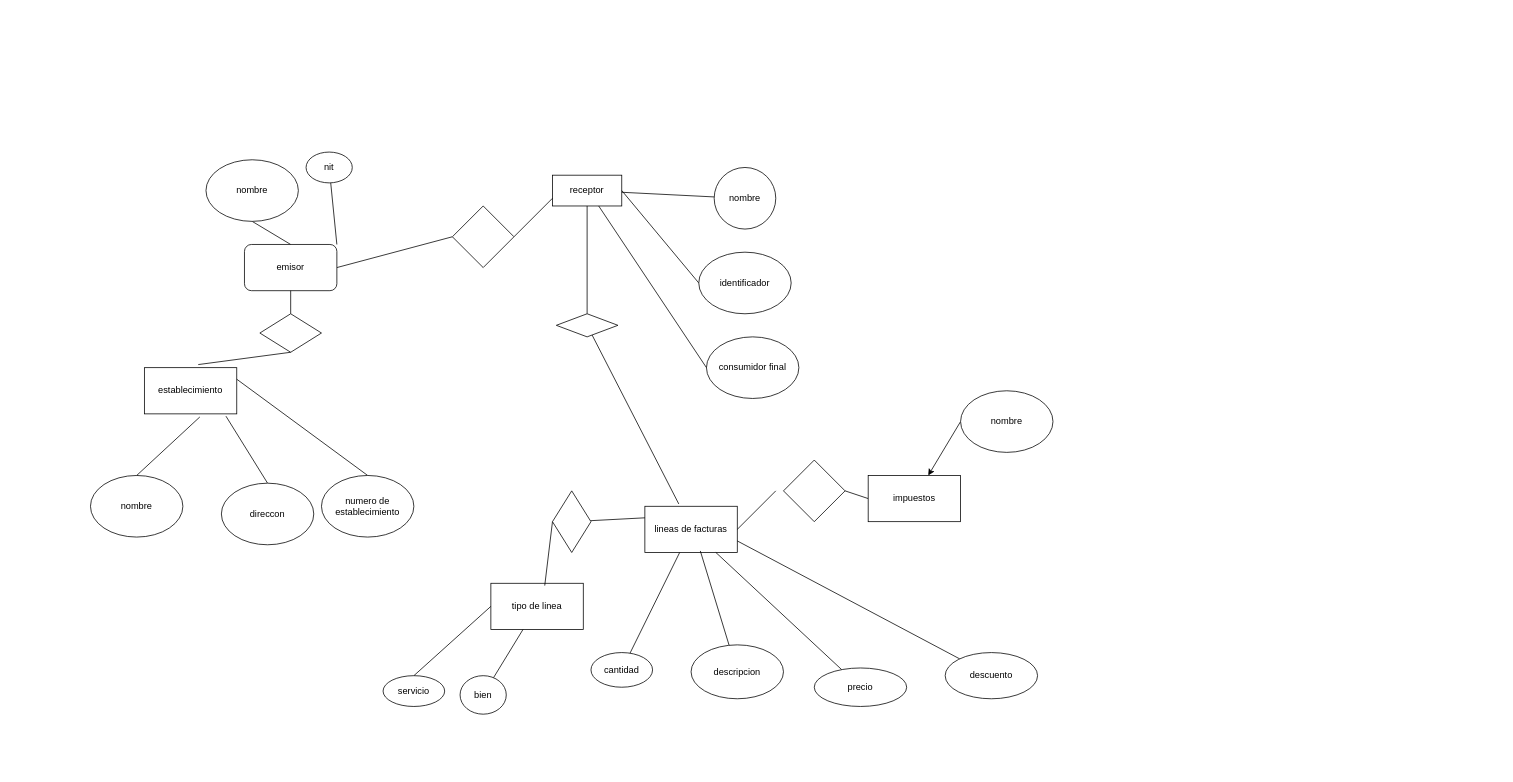
Above: Untitled Diagram.drawio in vaquiAbi/ejemplo (draw.io), before the change. Source tidied: cells renumbered, new cells numbered last; positions are measured from the earlier drawing's top-left corner, leaving out a move shared by most shapes. Both pictures are drawn from the tidied source at 77%, with x=0, y=0 at pixel (90, 152).
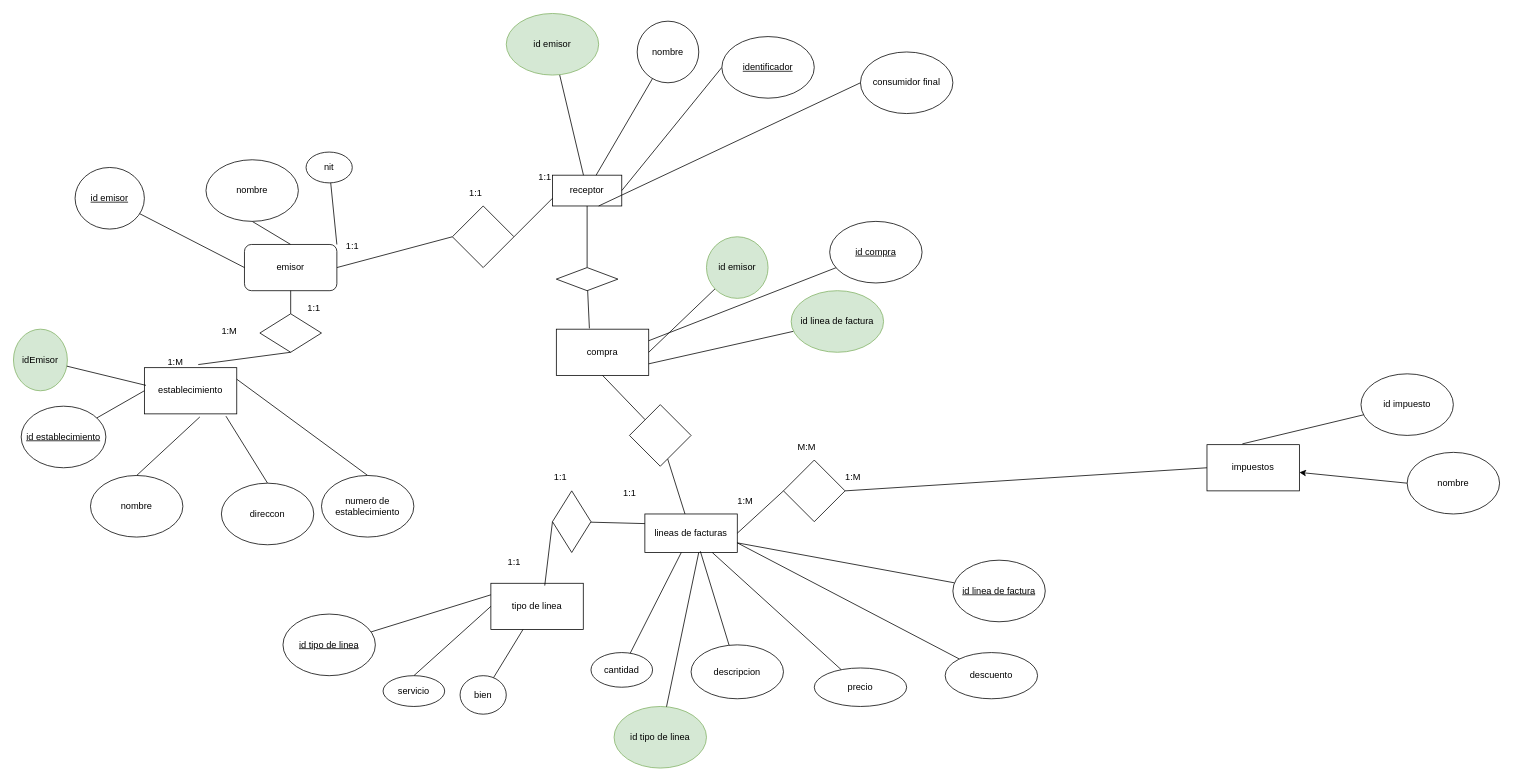
The same diagram, later.

Unchanged cells that the change refers to:
```xml
<mxCell id="4" value="emisor" style="rounded=1;whiteSpace=wrap;html=1;" parent="1" vertex="1">
  <mxGeometry x="200" y="120" width="120" height="60" as="geometry" />
</mxCell>
<mxCell id="12" value="establecimiento" style="rounded=0;whiteSpace=wrap;html=1;" parent="1" vertex="1">
  <mxGeometry x="70" y="280" width="120" height="60" as="geometry" />
</mxCell>
<mxCell id="18" value="receptor" style="rounded=0;whiteSpace=wrap;html=1;" parent="1" vertex="1">
  <mxGeometry x="600" y="30" width="90" height="40" as="geometry" />
</mxCell>
<mxCell id="28" value="tipo de linea" style="rounded=0;whiteSpace=wrap;html=1;" parent="1" vertex="1">
  <mxGeometry x="520" y="560" width="120" height="60" as="geometry" />
</mxCell>
<mxCell id="49" style="rhombus;whiteSpace=wrap;html=1;" parent="1" vertex="1">
  <mxGeometry x="900" y="400" width="80" height="80" as="geometry" />
</mxCell>
```

Change to the diagram source:
```diff
@@
     <mxCell id="20" value="nombre" style="ellipse;whiteSpace=wrap;html=1;" parent="1" vertex="1">
-      <mxGeometry x="810" y="20" width="80" height="80" as="geometry" />
+      <mxGeometry x="710" y="-170" width="80" height="80" as="geometry" />
     </mxCell>
@@
-    <mxCell id="22" value="identificador" style="ellipse;whiteSpace=wrap;html=1;" parent="1" vertex="1">
-      <mxGeometry x="790" y="130" width="120" height="80" as="geometry" />
+    <mxCell id="22" value="&lt;u&gt;identificador&lt;/u&gt;" style="ellipse;whiteSpace=wrap;html=1;" parent="1" vertex="1">
+      <mxGeometry x="820" y="-150" width="120" height="80" as="geometry" />
     </mxCell>
     <mxCell id="23" value="consumidor final" style="ellipse;whiteSpace=wrap;html=1;" parent="1" vertex="1">
-      <mxGeometry x="800" y="240" width="120" height="80" as="geometry" />
+      <mxGeometry x="1000" y="-130" width="120" height="80" as="geometry" />
     </mxCell>
@@
+    <mxCell id="53" style="rounded=0;jettySize=auto;html=1;endArrow=none;endFill=0;" parent="1" edge="1" source="27" target="85">
+      <mxGeometry relative="1" as="geometry" />
+    </mxCell>
     <mxCell id="27" value="lineas de facturas" style="rounded=0;whiteSpace=wrap;html=1;" parent="1" vertex="1">
-      <mxGeometry x="720" y="460" width="120" height="60" as="geometry" />
+      <mxGeometry x="720" y="470" width="120" height="50" as="geometry" />
     </mxCell>
@@
     <mxCell id="37" style="rhombus;whiteSpace=wrap;html=1;" parent="1" vertex="1">
-      <mxGeometry x="605" y="210" width="80" height="30" as="geometry" />
+      <mxGeometry x="605" y="150" width="80" height="30" as="geometry" />
     </mxCell>
-    <mxCell id="38" style="rounded=0;jettySize=auto;html=1;entryX=0.367;entryY=-0.05;entryDx=0;entryDy=0;entryPerimeter=0;endArrow=none;endFill=0;" parent="1" edge="1" source="37" target="27">
-      <mxGeometry relative="1" as="geometry" />
-    </mxCell>
@@
     <mxCell id="48" value="impuestos" style="rounded=0;whiteSpace=wrap;html=1;" parent="1" vertex="1">
-      <mxGeometry x="1010" y="420" width="120" height="60" as="geometry" />
+      <mxGeometry x="1450" y="380" width="120" height="60" as="geometry" />
     </mxCell>
@@
-    <mxCell id="50" style="rounded=0;jettySize=auto;html=1;exitX=1;exitY=0.5;exitDx=0;exitDy=0;entryX=-0.125;entryY=0.5;entryDx=0;entryDy=0;entryPerimeter=0;endArrow=none;endFill=0;" parent="1" edge="1" source="27" target="49">
+    <mxCell id="50" style="rounded=0;jettySize=auto;html=1;exitX=1;exitY=0.5;exitDx=0;exitDy=0;entryX=0;entryY=0.5;entryDx=0;entryDy=0;endArrow=none;endFill=0;" parent="1" edge="1" source="27" target="49">
       <mxGeometry relative="1" as="geometry" />
     </mxCell>
@@
     <mxCell id="52" value="nombre" style="ellipse;whiteSpace=wrap;html=1;" parent="1" vertex="1">
-      <mxGeometry x="1130" y="310" width="120" height="80" as="geometry" />
+      <mxGeometry x="1710" y="390" width="120" height="80" as="geometry" />
     </mxCell>
+    <mxCell id="54" style="rounded=0;jettySize=auto;html=1;entryX=0;entryY=0.5;entryDx=0;entryDy=0;endArrow=none;endFill=0;" parent="1" edge="1" source="55" target="4">
+      <mxGeometry relative="1" as="geometry" />
+    </mxCell>
+    <mxCell id="55" value="&lt;u&gt;id emisor&lt;/u&gt;" style="ellipse;whiteSpace=wrap;html=1;" parent="1" vertex="1">
+      <mxGeometry x="-20" y="20" width="90" height="80" as="geometry" />
+    </mxCell>
+    <mxCell id="56" style="rounded=0;jettySize=auto;html=1;entryX=0;entryY=0.5;entryDx=0;entryDy=0;endArrow=none;endFill=0;" parent="1" edge="1" source="57" target="12">
+      <mxGeometry relative="1" as="geometry" />
+    </mxCell>
+    <mxCell id="57" value="&lt;u&gt;id establecimiento&lt;/u&gt;" style="ellipse;whiteSpace=wrap;html=1;" parent="1" vertex="1">
+      <mxGeometry x="-90" y="330" width="110" height="80" as="geometry" />
+    </mxCell>
+    <mxCell id="58" value="id impuesto" style="ellipse;whiteSpace=wrap;html=1;" parent="1" vertex="1">
+      <mxGeometry x="1650" y="288" width="120" height="80" as="geometry" />
+    </mxCell>
+    <mxCell id="59" style="rounded=0;jettySize=auto;html=1;entryX=0.383;entryY=-0.017;entryDx=0;entryDy=0;entryPerimeter=0;endArrow=none;endFill=0;" parent="1" edge="1" source="58" target="48">
+      <mxGeometry relative="1" as="geometry" />
+    </mxCell>
+    <mxCell id="60" style="rounded=0;jettySize=auto;html=1;entryX=1;entryY=0.75;entryDx=0;entryDy=0;endArrow=none;endFill=0;" parent="1" edge="1" source="61" target="27">
+      <mxGeometry relative="1" as="geometry" />
+    </mxCell>
+    <mxCell id="61" value="&lt;u&gt;id linea de factura&lt;/u&gt;" style="ellipse;whiteSpace=wrap;html=1;" parent="1" vertex="1">
+      <mxGeometry x="1120" y="530" width="120" height="80" as="geometry" />
+    </mxCell>
+    <mxCell id="62" value="1:1" style="text;html=1;align=center;verticalAlign=middle;strokeColor=none;fillColor=none;" parent="1" vertex="1">
+      <mxGeometry x="570" y="18" width="40" height="30" as="geometry" />
+    </mxCell>
+    <mxCell id="63" value="1:1" style="text;html=1;align=center;verticalAlign=middle;strokeColor=none;fillColor=none;" parent="1" vertex="1">
+      <mxGeometry x="320" y="108" width="40" height="30" as="geometry" />
+    </mxCell>
+    <mxCell id="64" value="1:1" style="text;html=1;align=center;verticalAlign=middle;strokeColor=none;fillColor=none;" parent="1" vertex="1">
+      <mxGeometry x="480" y="38" width="40" height="30" as="geometry" />
+    </mxCell>
+    <mxCell id="65" value="1:M" style="text;html=1;align=center;verticalAlign=middle;strokeColor=none;fillColor=none;" parent="1" vertex="1">
+      <mxGeometry x="90" y="258" width="40" height="30" as="geometry" />
+    </mxCell>
+    <mxCell id="66" value="1:1" style="text;html=1;align=center;verticalAlign=middle;strokeColor=none;fillColor=none;" parent="1" vertex="1">
+      <mxGeometry x="270" y="188" width="40" height="30" as="geometry" />
+    </mxCell>
+    <mxCell id="67" value="1:M" style="text;html=1;align=center;verticalAlign=middle;strokeColor=none;fillColor=none;" parent="1" vertex="1">
+      <mxGeometry x="160" y="218" width="40" height="30" as="geometry" />
+    </mxCell>
+    <mxCell id="68" value="1:1" style="text;html=1;align=center;verticalAlign=middle;strokeColor=none;fillColor=none;" parent="1" vertex="1">
+      <mxGeometry x="530" y="518" width="40" height="30" as="geometry" />
+    </mxCell>
+    <mxCell id="69" value="1:1" style="text;html=1;align=center;verticalAlign=middle;strokeColor=none;fillColor=none;" parent="1" vertex="1">
+      <mxGeometry x="680" y="428" width="40" height="30" as="geometry" />
+    </mxCell>
+    <mxCell id="70" value="1:1" style="text;html=1;align=center;verticalAlign=middle;strokeColor=none;fillColor=none;" parent="1" vertex="1">
+      <mxGeometry x="590" y="408" width="40" height="30" as="geometry" />
+    </mxCell>
+    <mxCell id="71" value="1:M" style="text;html=1;align=center;verticalAlign=middle;strokeColor=none;fillColor=none;" parent="1" vertex="1">
+      <mxGeometry x="970" y="408" width="40" height="30" as="geometry" />
+    </mxCell>
+    <mxCell id="72" value="1:M" style="text;html=1;align=center;verticalAlign=middle;strokeColor=none;fillColor=none;" parent="1" vertex="1">
+      <mxGeometry x="830" y="438" width="40" height="30" as="geometry" />
+    </mxCell>
+    <mxCell id="73" value="M:M" style="text;html=1;align=center;verticalAlign=middle;strokeColor=none;fillColor=none;" parent="1" vertex="1">
+      <mxGeometry x="910" y="368" width="40" height="30" as="geometry" />
+    </mxCell>
+    <mxCell id="74" value="idEmisor" style="ellipse;whiteSpace=wrap;html=1;fillColor=#d5e8d4;strokeColor=#82b366;" parent="1" vertex="1">
+      <mxGeometry x="-100" y="230" width="70" height="80" as="geometry" />
+    </mxCell>
+    <mxCell id="75" style="rounded=0;jettySize=auto;html=1;entryX=0.017;entryY=0.383;entryDx=0;entryDy=0;entryPerimeter=0;endArrow=none;endFill=0;" parent="1" edge="1" source="74" target="12">
+      <mxGeometry relative="1" as="geometry" />
+    </mxCell>
+    <mxCell id="76" style="rounded=0;jettySize=auto;html=1;endArrow=none;endFill=0;" parent="1" edge="1" source="77" target="18">
+      <mxGeometry relative="1" as="geometry" />
+    </mxCell>
+    <mxCell id="77" value="id emisor" style="ellipse;whiteSpace=wrap;html=1;fillColor=#d5e8d4;strokeColor=#82b366;" parent="1" vertex="1">
+      <mxGeometry x="540" y="-180" width="120" height="80" as="geometry" />
+    </mxCell>
+    <mxCell id="78" value="id tipo de linea" style="ellipse;whiteSpace=wrap;html=1;fillColor=#d5e8d4;strokeColor=#82b366;" parent="1" vertex="1">
+      <mxGeometry x="680" y="720" width="120" height="80" as="geometry" />
+    </mxCell>
+    <mxCell id="79" style="rounded=0;jettySize=auto;html=1;entryX=0.583;entryY=1;entryDx=0;entryDy=0;entryPerimeter=0;endArrow=none;endFill=0;" parent="1" edge="1" source="78" target="27">
+      <mxGeometry relative="1" as="geometry" />
+    </mxCell>
+    <mxCell id="80" style="rounded=0;jettySize=auto;html=1;entryX=0;entryY=0.25;entryDx=0;entryDy=0;endArrow=none;endFill=0;" parent="1" edge="1" source="81" target="28">
+      <mxGeometry relative="1" as="geometry" />
+    </mxCell>
+    <mxCell id="81" value="&lt;u&gt;id tipo de linea&lt;/u&gt;" style="ellipse;whiteSpace=wrap;html=1;" parent="1" vertex="1">
+      <mxGeometry x="250" y="600" width="120" height="80" as="geometry" />
+    </mxCell>
+    <mxCell id="82" value="compra" style="rounded=0;whiteSpace=wrap;html=1;" parent="1" vertex="1">
+      <mxGeometry x="605" y="230" width="120" height="60" as="geometry" />
+    </mxCell>
+    <mxCell id="83" style="rounded=0;jettySize=auto;html=1;entryX=0.358;entryY=-0.017;entryDx=0;entryDy=0;entryPerimeter=0;endArrow=none;endFill=0;" parent="1" edge="1" source="37" target="82">
+      <mxGeometry relative="1" as="geometry" />
+    </mxCell>
+    <mxCell id="84" style="rounded=0;jettySize=auto;html=1;entryX=0.5;entryY=1;entryDx=0;entryDy=0;endArrow=none;endFill=0;" parent="1" edge="1" source="85" target="82">
+      <mxGeometry relative="1" as="geometry" />
+    </mxCell>
+    <mxCell id="85" style="rhombus;whiteSpace=wrap;html=1;" parent="1" vertex="1">
+      <mxGeometry x="700" y="328" width="80" height="80" as="geometry" />
+    </mxCell>
+    <mxCell id="86" style="rounded=0;jettySize=auto;html=1;entryX=1;entryY=0.5;entryDx=0;entryDy=0;endArrow=none;endFill=0;" parent="1" edge="1" source="87" target="82">
+      <mxGeometry relative="1" as="geometry" />
+    </mxCell>
+    <mxCell id="87" value="id emisor" style="ellipse;whiteSpace=wrap;html=1;fillColor=#d5e8d4;strokeColor=#82b366;" parent="1" vertex="1">
+      <mxGeometry x="800" y="110" width="80" height="80" as="geometry" />
+    </mxCell>
+    <mxCell id="88" style="rounded=0;jettySize=auto;html=1;entryX=1;entryY=0.25;entryDx=0;entryDy=0;endArrow=none;endFill=0;" parent="1" edge="1" source="89" target="82">
+      <mxGeometry relative="1" as="geometry" />
+    </mxCell>
+    <mxCell id="89" value="&lt;u&gt;id compra&lt;/u&gt;" style="ellipse;whiteSpace=wrap;html=1;" parent="1" vertex="1">
+      <mxGeometry x="960" y="90" width="120" height="80" as="geometry" />
+    </mxCell>
+    <mxCell id="90" style="rounded=0;jettySize=auto;html=1;entryX=1;entryY=0.75;entryDx=0;entryDy=0;endArrow=none;endFill=0;" parent="1" edge="1" source="91" target="82">
+      <mxGeometry relative="1" as="geometry" />
+    </mxCell>
+    <mxCell id="91" value="id linea de factura" style="ellipse;whiteSpace=wrap;html=1;fillColor=#d5e8d4;strokeColor=#82b366;" parent="1" vertex="1">
+      <mxGeometry x="910" y="180" width="120" height="80" as="geometry" />
+    </mxCell>
```
